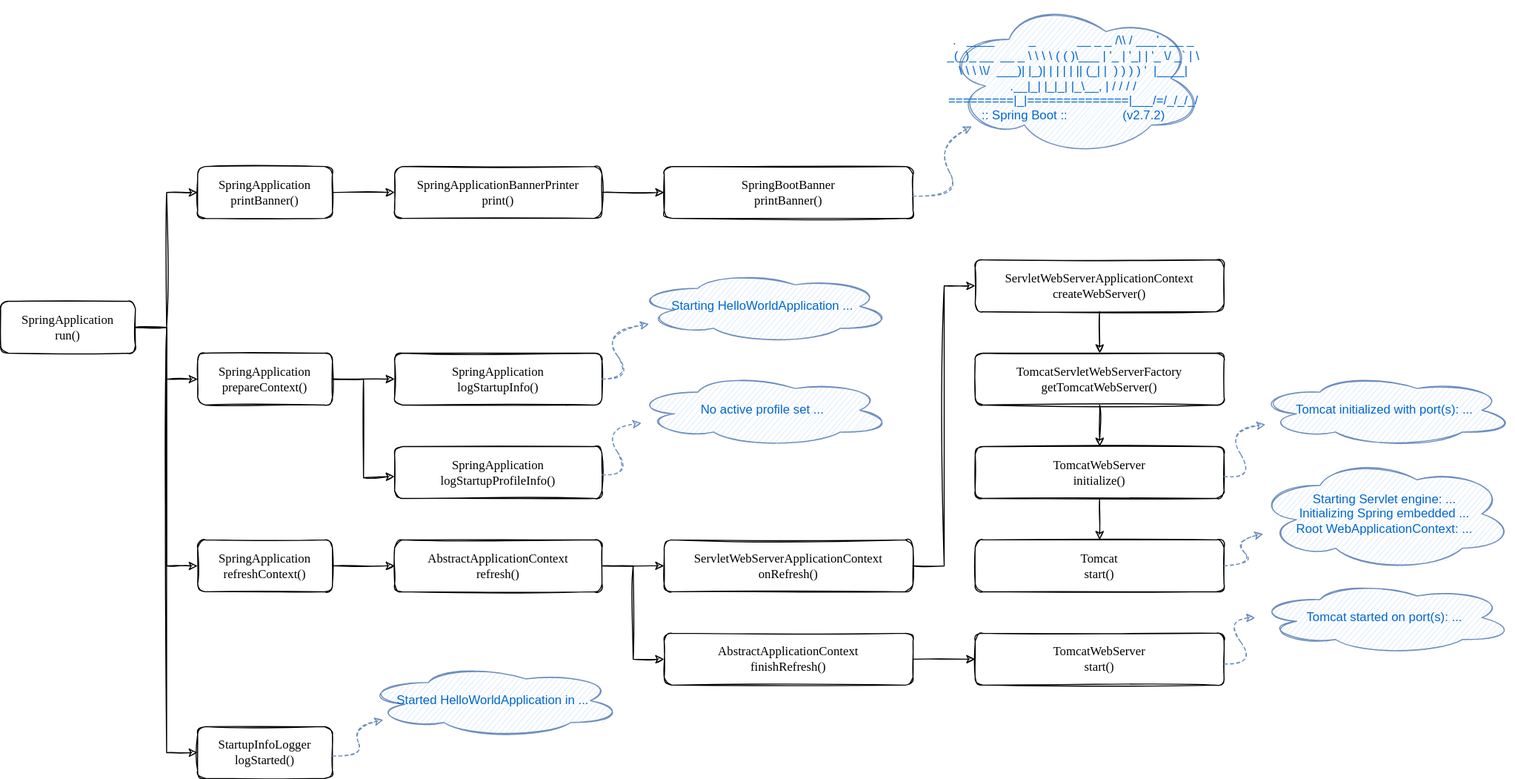
This is docs/images/spring_mvc_helloworld_2_2.svg from susamlu/another-one, a draw.io export, as it was before one commit. Source tidied: cells renumbered, new cells last; positions are measured from the earlier drawing's top-left corner, leaving out a move shared by most shapes.
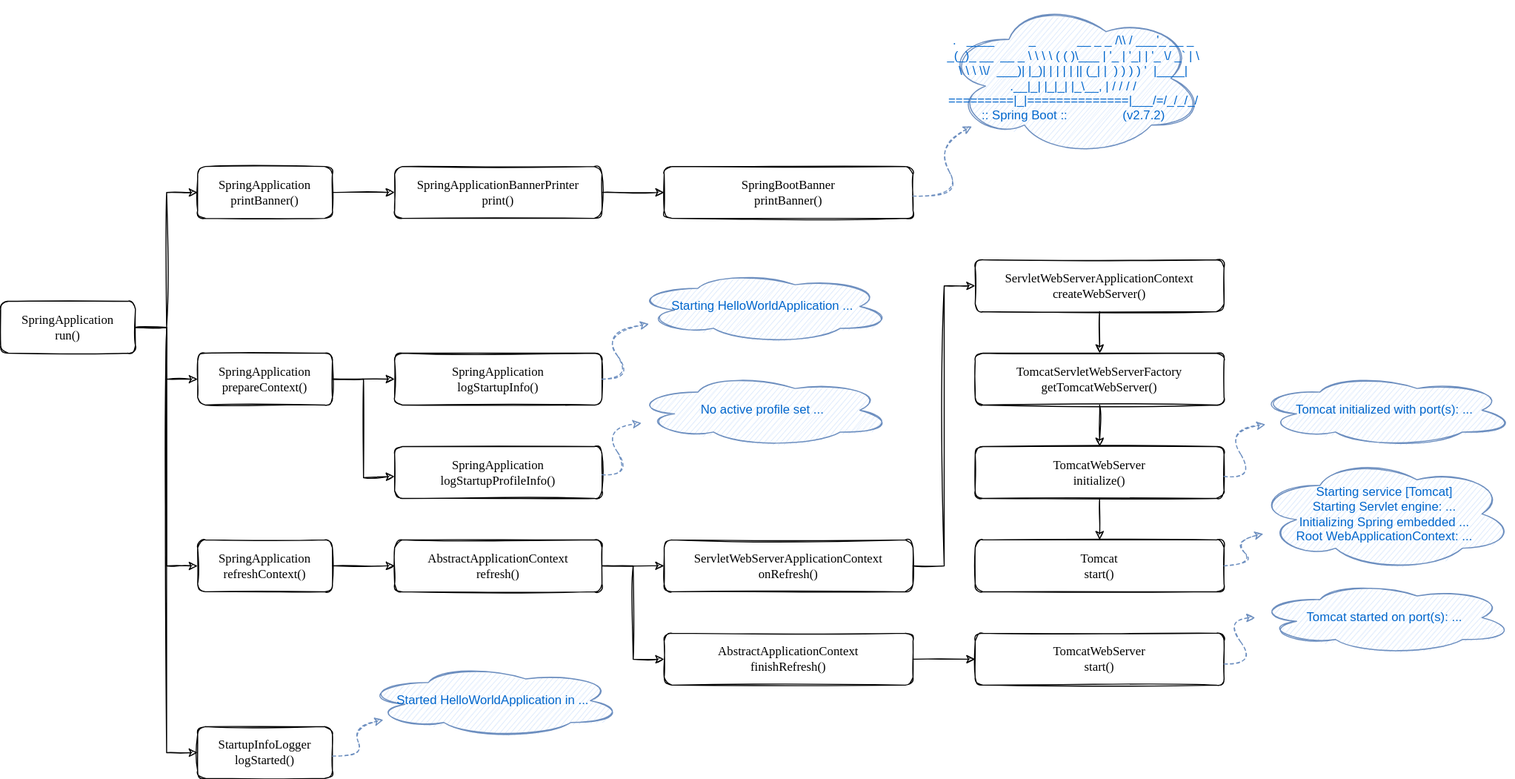
The same file after the commit.

Commit message:
修改【深入浅出 Spring MVC —— HelloWorld (进阶篇)】

Diff of the diagram source:
```diff
@@ -159,7 +159,7 @@
     <mxCell id="40" value="Tomcat initialized with port(s): ..." style="ellipse;shape=cloud;whiteSpace=wrap;html=1;sketch=1;fillColor=#dae8fc;strokeColor=#6c8ebf;fontColor=#0066CC;" parent="1" vertex="1">
       <mxGeometry x="1210" y="360" width="250" height="70" as="geometry" />
     </mxCell>
-    <mxCell id="41" value="&lt;div&gt;Starting Servlet engine: ...&lt;/div&gt;&lt;div&gt;Initializing Spring embedded ...&lt;/div&gt;&lt;div&gt;Root WebApplicationContext: ...&lt;/div&gt;" style="ellipse;shape=cloud;whiteSpace=wrap;html=1;sketch=1;fillColor=#dae8fc;strokeColor=#6c8ebf;fontColor=#0066CC;align=center;" parent="1" vertex="1">
+    <mxCell id="41" value="&lt;div&gt;Starting service [Tomcat]&lt;/div&gt;&lt;div&gt;Starting Servlet engine: ...&lt;/div&gt;&lt;div&gt;Initializing Spring embedded ...&lt;/div&gt;&lt;div&gt;Root WebApplicationContext: ...&lt;/div&gt;" style="ellipse;shape=cloud;whiteSpace=wrap;html=1;sketch=1;fillColor=#dae8fc;strokeColor=#6c8ebf;fontColor=#0066CC;align=center;" parent="1" vertex="1">
       <mxGeometry x="1210" y="440" width="250" height="110" as="geometry" />
     </mxCell>
     <mxCell id="42" style="curved=1;endArrow=classic;html=1;rounded=0;dashed=1;sketch=1;fontColor=#0066CC;fillColor=#dae8fc;strokeColor=#6c8ebf;" parent="1" edge="1" source="11" target="40">
```
